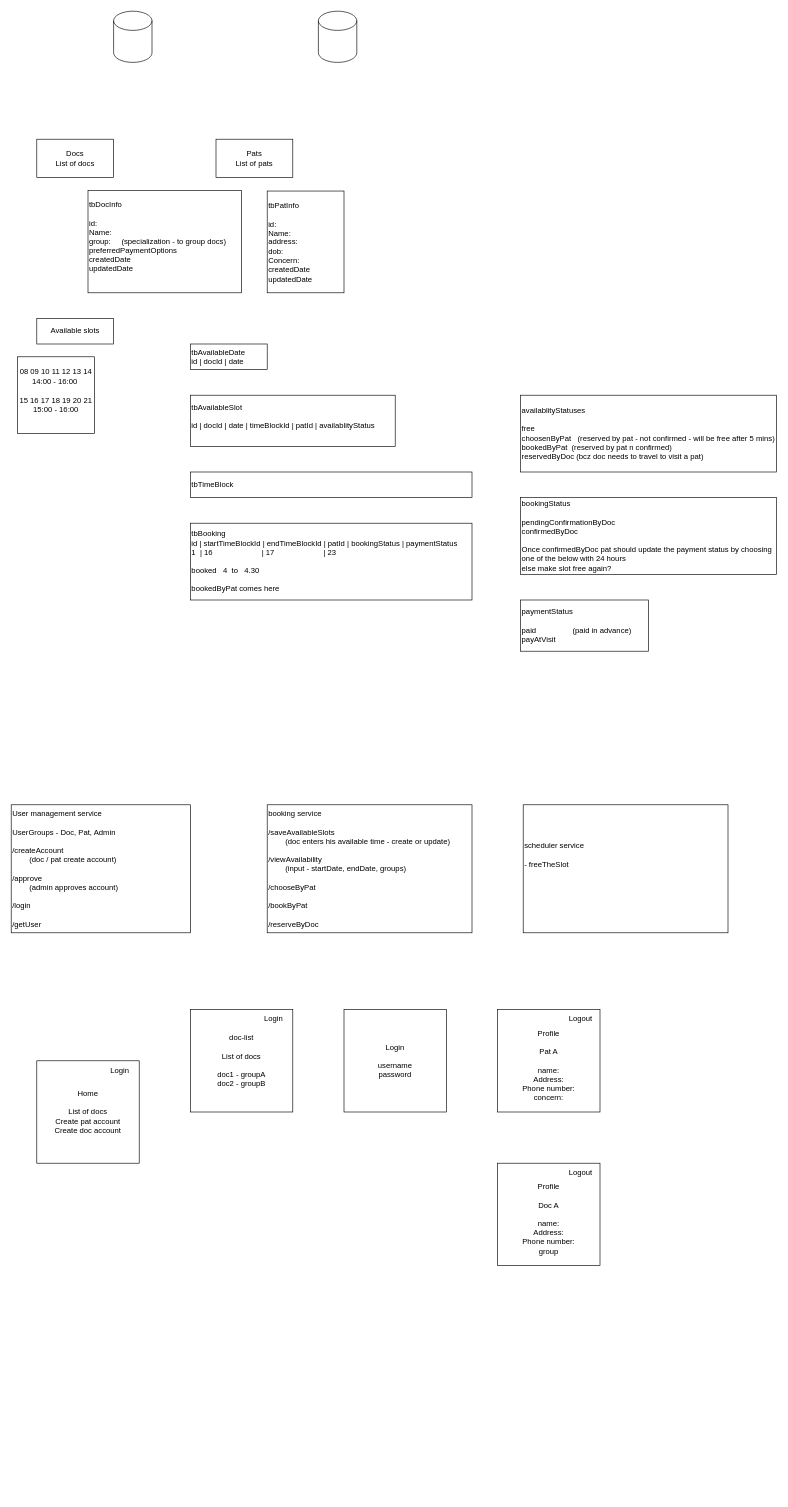
The draw.io diagram page "design" (1 of 3) of other/justdeploy.drawio in rathanDev/justdeploy, before the edit. Source tidied: cells renumbered, new cells numbered last; positions are measured from the earlier drawing's top-left corner, leaving out a move shared by most shapes. Both pictures are drawn from the tidied source at 64%, with x=0, y=0 at pixel (11, 11).
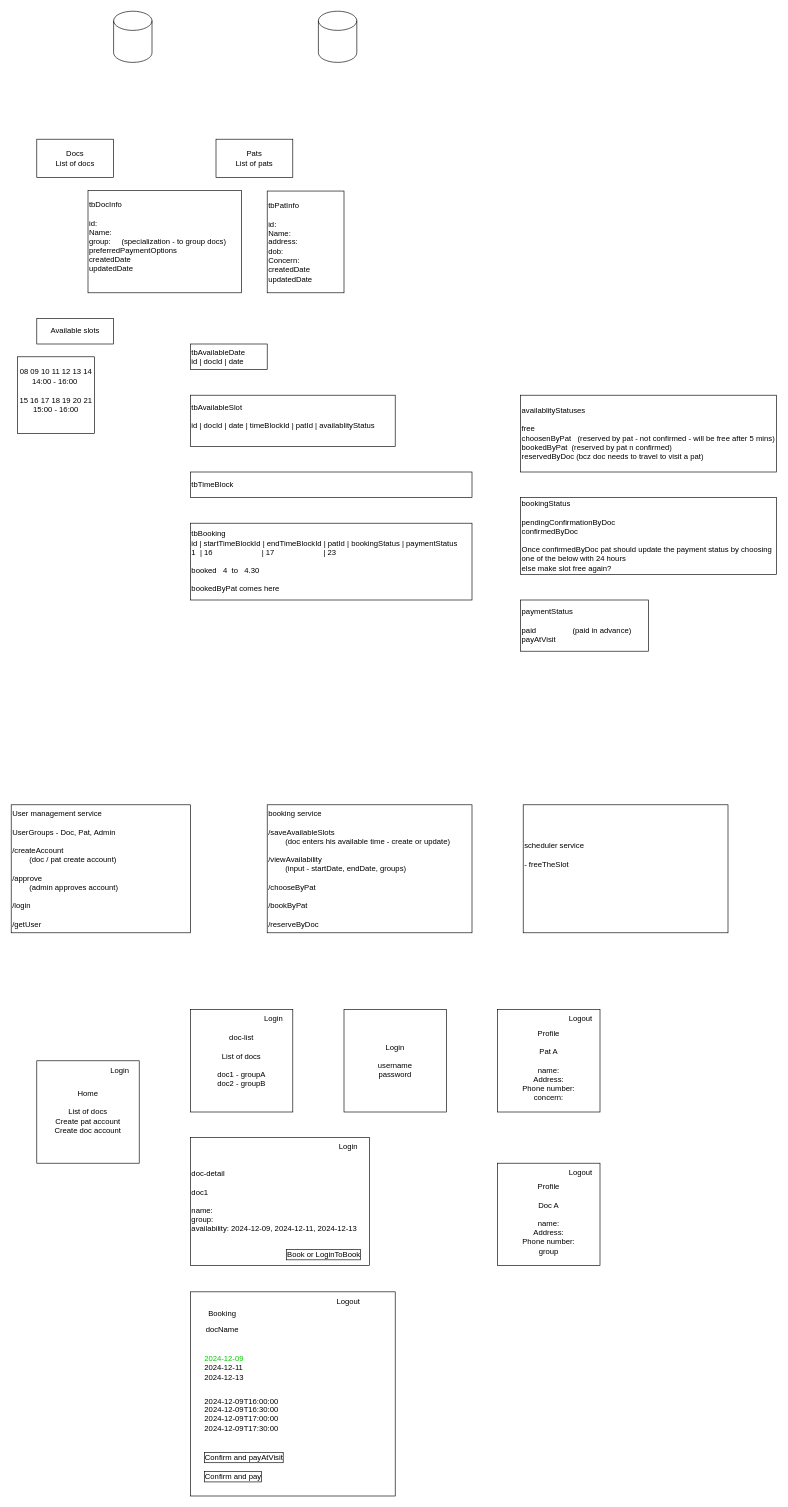
The same page after the edit.

The edit, as a diff of the source:
```diff
@@
+    <mxCell id="30" value="doc-detail&lt;div&gt;&lt;br&gt;&lt;/div&gt;&lt;div&gt;doc1&lt;br&gt;&lt;div&gt;&lt;br&gt;&lt;/div&gt;&lt;div&gt;name:&lt;/div&gt;&lt;div&gt;group:&lt;/div&gt;&lt;div&gt;availability: 2024-12-09,&amp;nbsp;&lt;span style=&quot;background-color: initial;&quot;&gt;2024-&lt;/span&gt;&lt;span style=&quot;background-color: initial;&quot;&gt;12-11,&amp;nbsp;&lt;/span&gt;&lt;span style=&quot;background-color: initial;&quot;&gt;2024-&lt;/span&gt;&lt;span style=&quot;background-color: initial;&quot;&gt;12-13&lt;/span&gt;&lt;/div&gt;&lt;/div&gt;" style="rounded=0;whiteSpace=wrap;html=1;align=left;" parent="1" vertex="1">
+      <mxGeometry x="280" y="1760" width="280" height="200" as="geometry" />
+    </mxCell>
+    <mxCell id="31" style="rounded=0;whiteSpace=wrap;html=1;" parent="1" vertex="1">
+      <mxGeometry x="280" y="2001" width="320" height="319" as="geometry" />
+    </mxCell>
+    <mxCell id="32" value="2024-12-09T16:00:00&lt;div&gt;2024-12-09T16:30:00&lt;/div&gt;&lt;div&gt;2024-12-09T17:00:00&lt;/div&gt;&lt;div&gt;2024-12-09T17:30:00&lt;br&gt;&lt;div&gt;&lt;br&gt;&lt;/div&gt;&lt;/div&gt;" style="text;html=1;align=center;verticalAlign=middle;whiteSpace=wrap;rounded=0;" parent="1" vertex="1">
+      <mxGeometry x="300" y="2170" width="120" height="60" as="geometry" />
+    </mxCell>
+    <mxCell id="33" value="Booking" style="text;html=1;align=center;verticalAlign=middle;whiteSpace=wrap;rounded=0;" parent="1" vertex="1">
+      <mxGeometry x="300" y="2020" width="60" height="30" as="geometry" />
+    </mxCell>
+    <mxCell id="34" value="Confirm and payAtVisit" style="text;html=1;align=left;verticalAlign=middle;whiteSpace=wrap;rounded=0;labelBorderColor=default;" parent="1" vertex="1">
+      <mxGeometry x="300" y="2245" width="140" height="30" as="geometry" />
+    </mxCell>
+    <mxCell id="35" value="Confirm and pay" style="text;html=1;align=left;verticalAlign=middle;whiteSpace=wrap;rounded=0;labelBorderColor=default;" parent="1" vertex="1">
+      <mxGeometry x="300" y="2275" width="120" height="30" as="geometry" />
+    </mxCell>
+    <mxCell id="36" value="docName" style="text;html=1;align=center;verticalAlign=middle;whiteSpace=wrap;rounded=0;" parent="1" vertex="1">
+      <mxGeometry x="300" y="2045" width="60" height="30" as="geometry" />
+    </mxCell>
+    <mxCell id="37" value="Book or LoginToBook" style="text;html=1;align=center;verticalAlign=middle;whiteSpace=wrap;rounded=0;labelBorderColor=default;" parent="1" vertex="1">
+      <mxGeometry x="420" y="1928" width="137" height="30" as="geometry" />
+    </mxCell>
+    <mxCell id="38" value="Logout" style="text;html=1;align=center;verticalAlign=middle;whiteSpace=wrap;rounded=0;" parent="1" vertex="1">
+      <mxGeometry x="497" y="2001" width="60" height="30" as="geometry" />
+    </mxCell>
+    <mxCell id="39" value="Login" style="text;html=1;align=center;verticalAlign=middle;whiteSpace=wrap;rounded=0;" parent="1" vertex="1">
+      <mxGeometry x="497" y="1760" width="60" height="30" as="geometry" />
+    </mxCell>
+    <mxCell id="40" value="&lt;font color=&quot;#00cc00&quot;&gt;2024-12-09&lt;/font&gt;&lt;div&gt;2024-12-11&lt;br&gt;&lt;/div&gt;&lt;div&gt;2024-12-13&lt;br&gt;&lt;/div&gt;" style="text;html=1;align=left;verticalAlign=middle;whiteSpace=wrap;rounded=0;" parent="1" vertex="1">
+      <mxGeometry x="300" y="2090" width="120" height="60" as="geometry" />
+    </mxCell>
```
